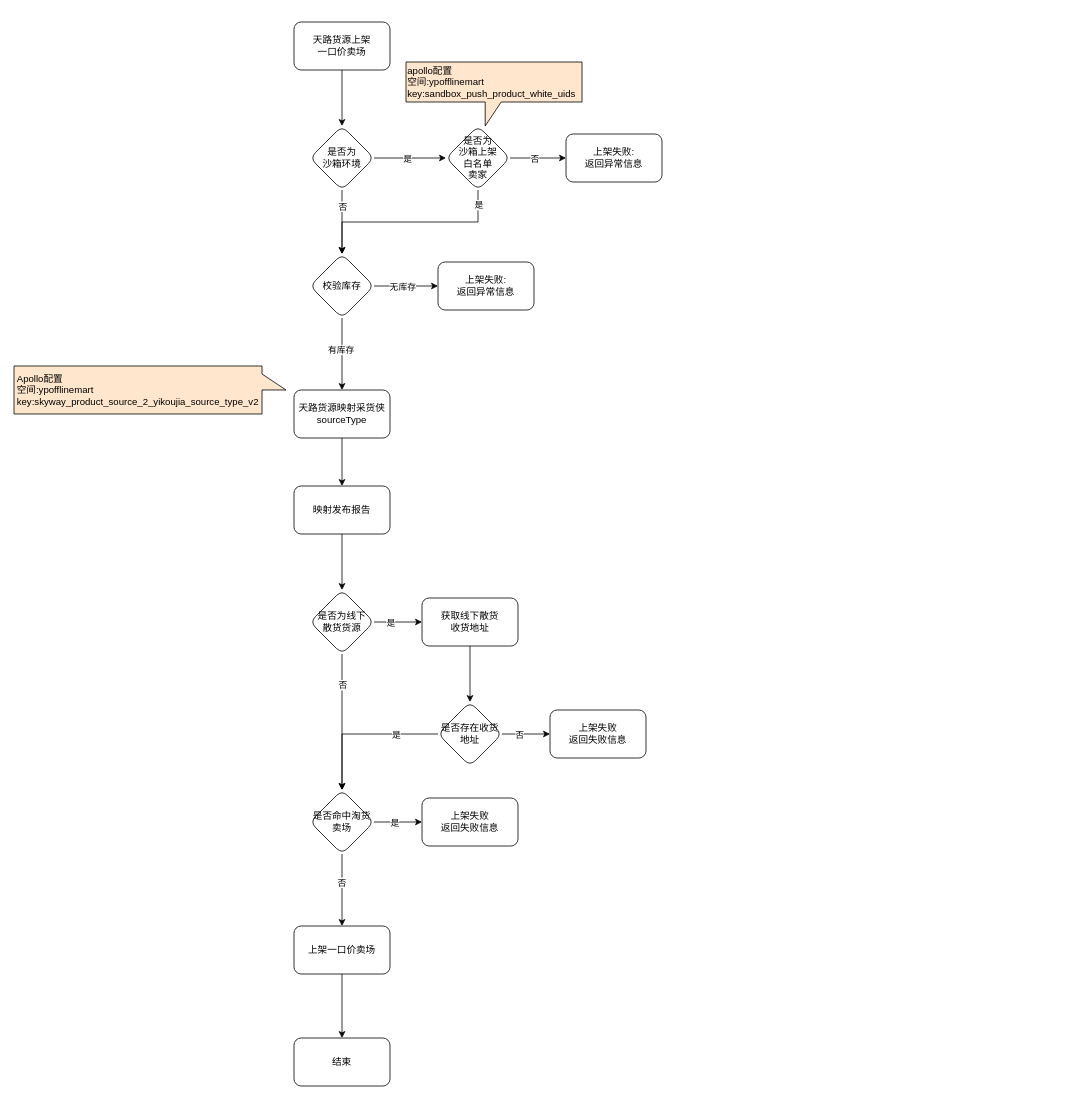
Before: page "上架一口价卖场流程图" (2 of 2) of 卖场/一口价卖场.drawio in lxcy-kdz/draw, a draw.io diagram. Source tidied: cells renumbered, new cells numbered last; positions are measured from the earlier drawing's top-left corner, leaving out a move shared by most shapes. Both pictures are drawn from the tidied source at 80%, with x=0, y=0 at pixel (14, 22).
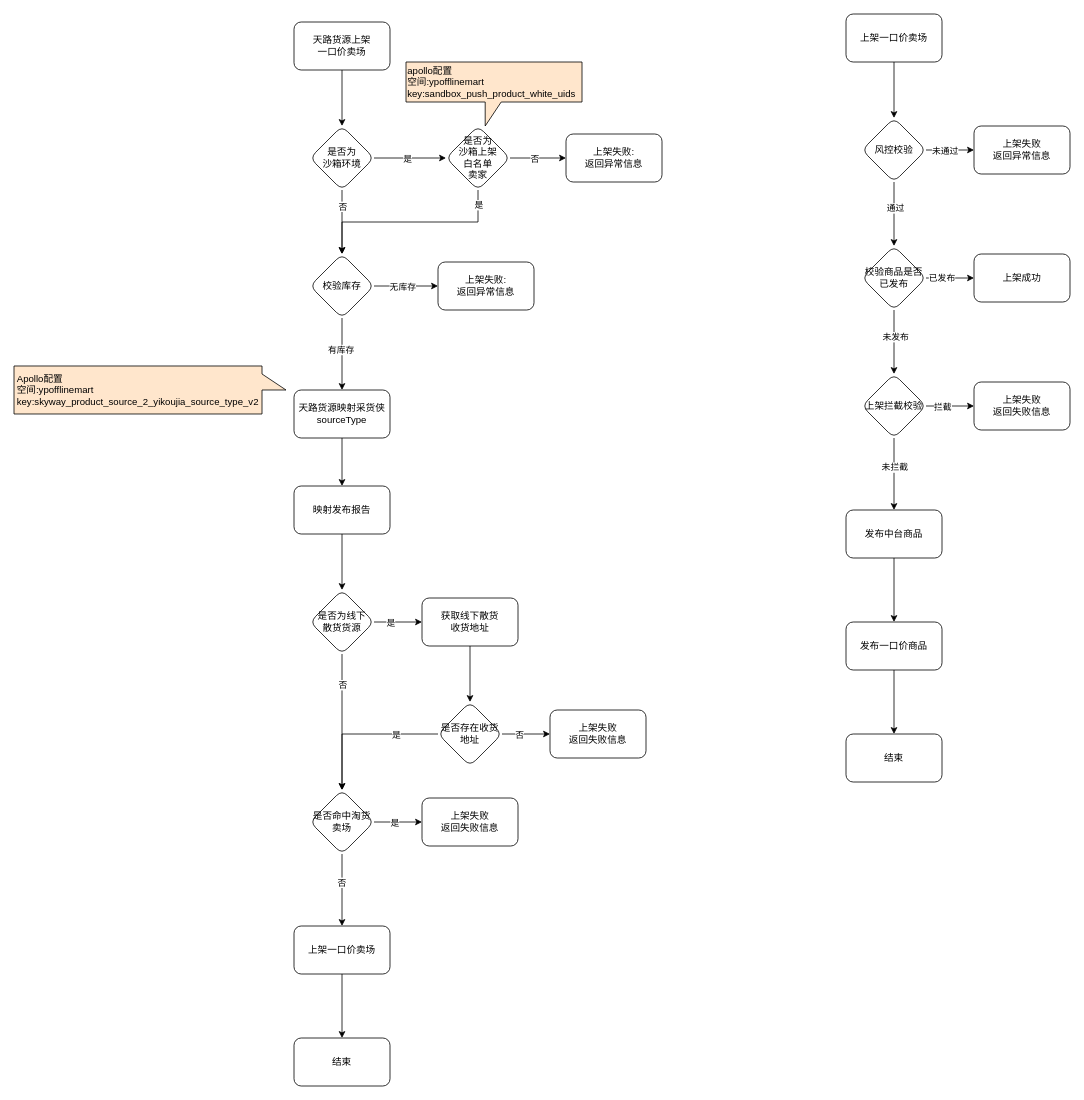
The same diagram, later.

Commit message:
更新一口价卖场.drawio

Change to the diagram source:
```diff
@@
+    <mxCell id="49" style="edgeStyle=orthogonalEdgeStyle;rounded=0;jettySize=auto;html=1;" parent="1" edge="1" source="50" target="55">
+      <mxGeometry relative="1" as="geometry" />
+    </mxCell>
+    <mxCell id="50" value="上架一口价卖场" style="rounded=1;whiteSpace=wrap;html=1;" parent="1" vertex="1">
+      <mxGeometry x="1040" y="-10" width="120" height="60" as="geometry" />
+    </mxCell>
+    <mxCell id="51" style="edgeStyle=orthogonalEdgeStyle;rounded=0;jettySize=auto;html=1;" parent="1" edge="1" source="55" target="56">
+      <mxGeometry relative="1" as="geometry" />
+    </mxCell>
+    <mxCell id="52" value="未通过" style="edgeLabel;html=1;align=center;verticalAlign=middle;" parent="51" vertex="1">
+      <mxGeometry x="-0.23" relative="1" as="geometry" />
+    </mxCell>
+    <mxCell id="53" style="edgeStyle=orthogonalEdgeStyle;rounded=0;jettySize=auto;html=1;" parent="1" edge="1" source="55" target="60">
+      <mxGeometry relative="1" as="geometry" />
+    </mxCell>
+    <mxCell id="54" value="通过" style="edgeLabel;html=1;align=center;verticalAlign=middle;" parent="53" vertex="1">
+      <mxGeometry x="-0.19" y="1" relative="1" as="geometry" />
+    </mxCell>
+    <mxCell id="55" value="风控校验" style="rhombus;whiteSpace=wrap;html=1;rounded=1;" parent="1" vertex="1">
+      <mxGeometry x="1060" y="120" width="80" height="80" as="geometry" />
+    </mxCell>
+    <mxCell id="56" value="上架失败&lt;div&gt;返回异常信息&lt;/div&gt;" style="whiteSpace=wrap;html=1;rounded=1;" parent="1" vertex="1">
+      <mxGeometry x="1200" y="130" width="120" height="60" as="geometry" />
+    </mxCell>
+    <mxCell id="57" value="已发布" style="edgeStyle=orthogonalEdgeStyle;rounded=0;jettySize=auto;html=1;" parent="1" edge="1" source="60" target="61">
+      <mxGeometry x="-0.33" relative="1" as="geometry" />
+    </mxCell>
+    <mxCell id="58" style="edgeStyle=orthogonalEdgeStyle;rounded=0;jettySize=auto;html=1;" parent="1" edge="1" source="60" target="66">
+      <mxGeometry relative="1" as="geometry" />
+    </mxCell>
+    <mxCell id="59" value="未发布" style="edgeLabel;html=1;align=center;verticalAlign=middle;" parent="58" vertex="1">
+      <mxGeometry x="-0.18" y="1" relative="1" as="geometry" />
+    </mxCell>
+    <mxCell id="60" value="校验商品是否已发布" style="rhombus;whiteSpace=wrap;html=1;rounded=1;" parent="1" vertex="1">
+      <mxGeometry x="1060" y="280" width="80" height="80" as="geometry" />
+    </mxCell>
+    <mxCell id="61" value="上架成功" style="whiteSpace=wrap;html=1;rounded=1;" parent="1" vertex="1">
+      <mxGeometry x="1200" y="290" width="120" height="60" as="geometry" />
+    </mxCell>
+    <mxCell id="62" style="edgeStyle=orthogonalEdgeStyle;rounded=0;jettySize=auto;html=1;" parent="1" edge="1" source="66" target="67">
+      <mxGeometry relative="1" as="geometry" />
+    </mxCell>
+    <mxCell id="63" value="拦截" style="edgeLabel;html=1;align=center;verticalAlign=middle;" parent="62" vertex="1">
+      <mxGeometry x="-0.04" y="2" relative="1" as="geometry">
+        <mxPoint x="-9" y="2" as="offset" />
+      </mxGeometry>
+    </mxCell>
+    <mxCell id="64" style="edgeStyle=orthogonalEdgeStyle;rounded=0;jettySize=auto;html=1;" parent="1" edge="1" source="66" target="69">
+      <mxGeometry relative="1" as="geometry" />
+    </mxCell>
+    <mxCell id="65" value="未拦截" style="edgeLabel;html=1;align=center;verticalAlign=middle;" parent="64" vertex="1">
+      <mxGeometry x="-0.21" relative="1" as="geometry" />
+    </mxCell>
+    <mxCell id="66" value="上架拦截校验" style="rhombus;whiteSpace=wrap;html=1;rounded=1;" parent="1" vertex="1">
+      <mxGeometry x="1060" y="440" width="80" height="80" as="geometry" />
+    </mxCell>
+    <mxCell id="67" value="上架失败&lt;div&gt;返回失败信息&lt;/div&gt;" style="whiteSpace=wrap;html=1;rounded=1;" parent="1" vertex="1">
+      <mxGeometry x="1200" y="450" width="120" height="60" as="geometry" />
+    </mxCell>
+    <mxCell id="68" style="edgeStyle=orthogonalEdgeStyle;rounded=0;jettySize=auto;html=1;" parent="1" edge="1" source="69" target="71">
+      <mxGeometry relative="1" as="geometry" />
+    </mxCell>
+    <mxCell id="69" value="发布中台商品" style="whiteSpace=wrap;html=1;rounded=1;" parent="1" vertex="1">
+      <mxGeometry x="1040" y="610" width="120" height="60" as="geometry" />
+    </mxCell>
+    <mxCell id="70" style="edgeStyle=orthogonalEdgeStyle;rounded=0;jettySize=auto;html=1;" parent="1" edge="1" source="71" target="72">
+      <mxGeometry relative="1" as="geometry" />
+    </mxCell>
+    <mxCell id="71" value="发布一口价商品" style="whiteSpace=wrap;html=1;rounded=1;" parent="1" vertex="1">
+      <mxGeometry x="1040" y="750" width="120" height="60" as="geometry" />
+    </mxCell>
+    <mxCell id="72" value="结束" style="whiteSpace=wrap;html=1;rounded=1;" parent="1" vertex="1">
+      <mxGeometry x="1040" y="890" width="120" height="60" as="geometry" />
+    </mxCell>
```
